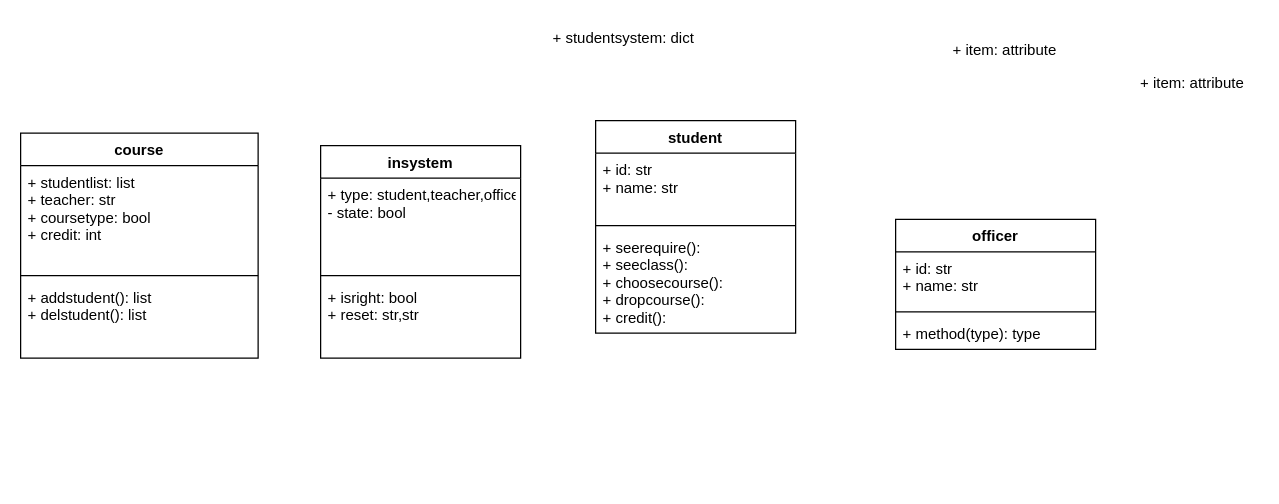
The draw.io diagram PA2/选课系统.drawio in CoopEdu2022-Python/Gary, before the edit. Source tidied: cells renumbered, new cells numbered last; positions are measured from the earlier drawing's top-left corner, leaving out a move shared by most shapes. Both pictures are drawn from the tidied source at 125%, with x=0, y=0 at pixel (20, 20).
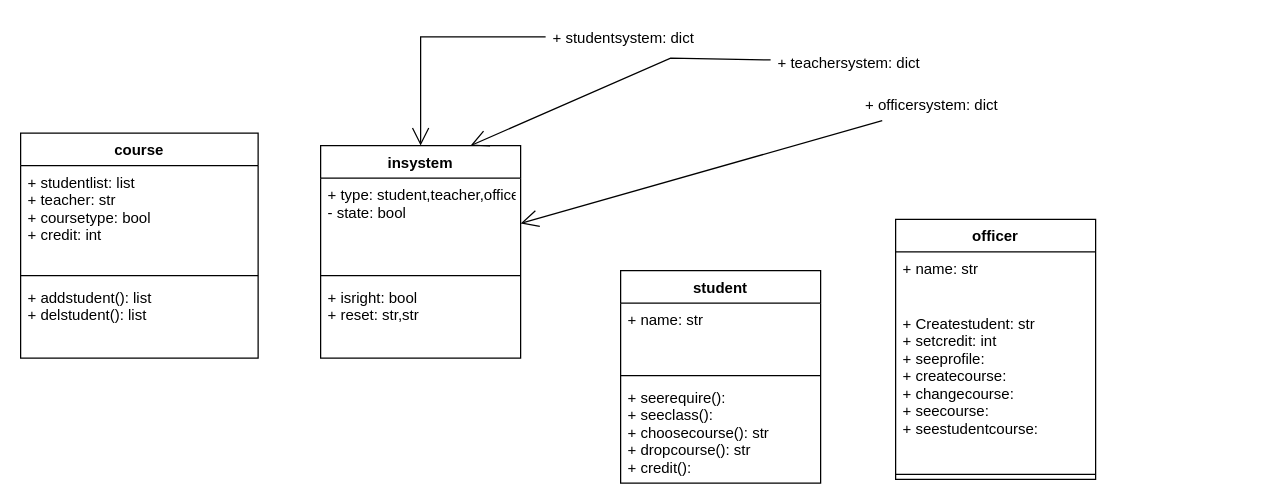
Above is the later version.

Commit message:
hello world!

The change refers to these unchanged cells:
```xml
<mxCell id="6" value="insystem" style="swimlane;fontStyle=1;align=center;verticalAlign=top;horizontal=1;startSize=26;" parent="1" vertex="1">
  <mxGeometry x="240" y="100" width="160" height="170" as="geometry" />
</mxCell>
<mxCell id="18" value="+ studentsystem: dict " style="text;strokeColor=none;fillColor=none;align=left;verticalAlign=top;spacingLeft=4;spacingRight=4;overflow=hidden;points=[[0,0.5],[1,0.5]];portConstraint=eastwest;" parent="1" vertex="1">
  <mxGeometry x="420" width="170" height="26" as="geometry" />
</mxCell>
```

Change to the diagram source:
```diff
@@
     <mxCell id="10" value="officer" style="swimlane;fontStyle=1;align=center;verticalAlign=top;horizontal=1;startSize=26;" parent="1" vertex="1">
-      <mxGeometry x="700" y="159" width="160" height="104" as="geometry" />
+      <mxGeometry x="700" y="159" width="160" height="208" as="geometry" />
     </mxCell>
-    <mxCell id="11" value="+ id: str&#10;+ name: str" style="text;strokeColor=none;fillColor=none;align=left;verticalAlign=top;spacingLeft=4;spacingRight=4;overflow=hidden;" parent="10" vertex="1">
+    <mxCell id="11" value="+ name: str" style="text;strokeColor=none;fillColor=none;align=left;verticalAlign=top;spacingLeft=4;spacingRight=4;overflow=hidden;" parent="10" vertex="1">
       <mxGeometry y="26" width="160" height="44" as="geometry" />
     </mxCell>
+    <mxCell id="13" value="+ Createstudent: str&#10;+ setcredit: int&#10;+ seeprofile:&#10;+ createcourse:&#10;+ changecourse:&#10;+ seecourse:&#10;+ seestudentcourse:" style="text;strokeColor=none;fillColor=none;align=left;verticalAlign=top;spacingLeft=4;spacingRight=4;overflow=hidden;" parent="10" vertex="1">
+      <mxGeometry y="70" width="160" height="130" as="geometry" />
+    </mxCell>
     <mxCell id="12" style="line;strokeWidth=1;fillColor=none;align=left;verticalAlign=middle;spacingTop=-1;spacingLeft=3;spacingRight=3;labelPosition=right;strokeColor=inherit;" parent="10" vertex="1">
-      <mxGeometry y="70" width="160" height="8" as="geometry" />
+      <mxGeometry y="200" width="160" height="8" as="geometry" />
     </mxCell>
-    <mxCell id="13" value="+ method(type): type" style="text;strokeColor=none;fillColor=none;align=left;verticalAlign=top;spacingLeft=4;spacingRight=4;overflow=hidden;" parent="10" vertex="1">
-      <mxGeometry y="78" width="160" height="26" as="geometry" />
-    </mxCell>
     <mxCell id="14" value="student" style="swimlane;fontStyle=1;align=center;verticalAlign=top;horizontal=1;startSize=26;" parent="1" vertex="1">
-      <mxGeometry x="460" y="80" width="160" height="170" as="geometry" />
+      <mxGeometry x="480" y="200" width="160" height="170" as="geometry" />
     </mxCell>
-    <mxCell id="15" value="+ id: str&#10;+ name: str" style="text;strokeColor=none;fillColor=none;align=left;verticalAlign=top;spacingLeft=4;spacingRight=4;overflow=hidden;" parent="14" vertex="1">
+    <mxCell id="15" value="+ name: str" style="text;strokeColor=none;fillColor=none;align=left;verticalAlign=top;spacingLeft=4;spacingRight=4;overflow=hidden;" parent="14" vertex="1">
       <mxGeometry y="26" width="160" height="54" as="geometry" />
     </mxCell>
@@
-    <mxCell id="17" value="+ seerequire(): &#10;+ seeclass():&#10;+ choosecourse(): &#10;+ dropcourse():&#10;+ credit():" style="text;strokeColor=none;fillColor=none;align=left;verticalAlign=top;spacingLeft=4;spacingRight=4;overflow=hidden;" parent="14" vertex="1">
+    <mxCell id="17" value="+ seerequire(): &#10;+ seeclass():&#10;+ choosecourse(): str &#10;+ dropcourse(): str&#10;+ credit():" style="text;strokeColor=none;fillColor=none;align=left;verticalAlign=top;spacingLeft=4;spacingRight=4;overflow=hidden;" parent="14" vertex="1">
       <mxGeometry y="88" width="160" height="82" as="geometry" />
     </mxCell>
@@
-    <mxCell id="19" value="+ item: attribute" style="text;strokeColor=none;fillColor=none;align=left;verticalAlign=top;spacingLeft=4;spacingRight=4;overflow=hidden;points=[[0,0.5],[1,0.5]];portConstraint=eastwest;" parent="1" vertex="1">
-      <mxGeometry x="740" y="10" width="100" height="26" as="geometry" />
+    <mxCell id="19" value="+ teachersystem: dict" style="text;strokeColor=none;fillColor=none;align=left;verticalAlign=top;spacingLeft=4;spacingRight=4;overflow=hidden;points=[[0,0.5],[1,0.5]];portConstraint=eastwest;" parent="1" vertex="1">
+      <mxGeometry x="600" y="20" width="170" height="26" as="geometry" />
     </mxCell>
-    <mxCell id="20" value="+ item: attribute" style="text;strokeColor=none;fillColor=none;align=left;verticalAlign=top;spacingLeft=4;spacingRight=4;overflow=hidden;points=[[0,0.5],[1,0.5]];portConstraint=eastwest;" parent="1" vertex="1">
-      <mxGeometry x="890" y="36" width="100" height="26" as="geometry" />
+    <mxCell id="20" value="+ officersystem: dict" style="text;strokeColor=none;fillColor=none;align=left;verticalAlign=top;spacingLeft=4;spacingRight=4;overflow=hidden;points=[[0,0.5],[1,0.5]];portConstraint=eastwest;" parent="1" vertex="1">
+      <mxGeometry x="670" y="54" width="130" height="26" as="geometry" />
     </mxCell>
+    <mxCell id="21" style="endArrow=open;endFill=1;endSize=12;html=1;rounded=0;" parent="1" edge="1" source="18" target="6">
+      <mxGeometry relative="1" as="geometry">
+        <Array as="points">
+          <mxPoint x="320" y="13" />
+        </Array>
+      </mxGeometry>
+    </mxCell>
+    <mxCell id="22" style="endArrow=open;endFill=1;endSize=12;html=1;rounded=0;entryX=0.75;entryY=0;entryDx=0;entryDy=0;" parent="1" edge="1" source="19" target="6">
+      <mxGeometry relative="1" as="geometry">
+        <Array as="points">
+          <mxPoint x="520" y="30" />
+        </Array>
+      </mxGeometry>
+    </mxCell>
+    <mxCell id="23" style="endArrow=open;endFill=1;endSize=12;html=1;rounded=0;" parent="1" edge="1" source="20" target="6">
+      <mxGeometry relative="1" as="geometry" />
+    </mxCell>
```
